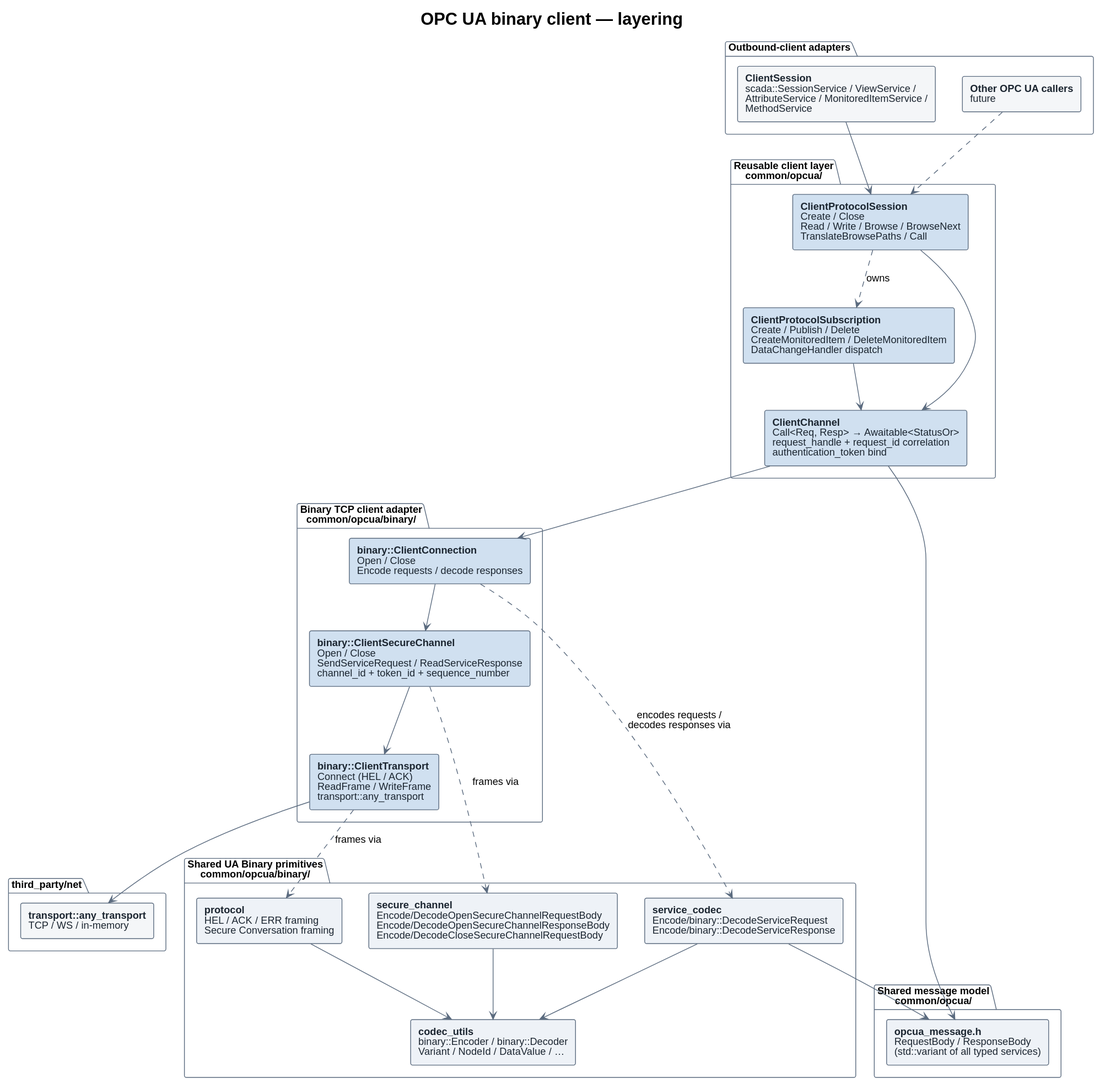
The PlantUML diagram docs/diagrams/opcua_binary_client_architecture.svg in alexsmn/scada-common, before a commit. Its diagram source:
```plantuml
@startuml
!include _style.puml

title OPC UA binary client — layering

package "Outbound-client adapters" as Consumers {
  rectangle "**ClientSession**\nscada::SessionService / ViewService /\nAttributeService / MonitoredItemService /\nMethodService" as QT $external
  rectangle "**Other OPC UA callers**\nfuture" as OTHER $external
}

package "Reusable client layer\ncommon/opcua/" as Client {
  rectangle "**ClientProtocolSession**\nCreate / Close\nRead / Write / Browse / BrowseNext\nTranslateBrowsePaths / Call" as SESS $tier
  rectangle "**ClientProtocolSubscription**\nCreate / Publish / Delete\nCreateMonitoredItem / DeleteMonitoredItem\nDataChangeHandler dispatch" as SUB $tier
  rectangle "**ClientChannel**\nCall<Req, Resp> → Awaitable<StatusOr>\nrequest_handle + request_id correlation\nauthentication_token bind" as CHAN $tier
}

package "Binary TCP client adapter\ncommon/opcua/binary/" as BinaryClient {
  rectangle "**binary::ClientConnection**\nOpen / Close\nEncode requests / decode responses" as CONN $tier
  rectangle "**binary::ClientSecureChannel**\nOpen / Close\nSendServiceRequest / ReadServiceResponse\nchannel_id + token_id + sequence_number" as SC $tier
  rectangle "**binary::ClientTransport**\nConnect (HEL / ACK)\nReadFrame / WriteFrame\ntransport::any_transport" as TRANS $tier
}

package "Shared UA Binary primitives\ncommon/opcua/binary/" as Shared {
  rectangle "**service_codec**\nEncode/binary::DecodeServiceRequest\nEncode/binary::DecodeServiceResponse" as SVC $neutral
  rectangle "**secure_channel**\nEncode/DecodeOpenSecureChannelRequestBody\nEncode/DecodeOpenSecureChannelResponseBody\nEncode/DecodeCloseSecureChannelRequestBody" as SECCODEC $neutral
  rectangle "**protocol**\nHEL / ACK / ERR framing\nSecure Conversation framing" as PROTO $neutral
  rectangle "**codec_utils**\nbinary::Encoder / binary::Decoder\nVariant / NodeId / DataValue / …" as UTILS $neutral
}

package "Shared message model\ncommon/opcua/" as Model {
  rectangle "**opcua_message.h**\nRequestBody / ResponseBody\n(std::variant of all typed services)" as MSG $neutral
}

package "third_party/net" as Net {
  rectangle "**transport::any_transport**\nTCP / WS / in-memory" as ANY $external
}

QT --> SESS
OTHER ..> SESS
SESS --> CHAN
SESS ..> SUB : owns
SUB --> CHAN
CHAN --> CONN
CONN --> SC
SC --> TRANS
TRANS --> ANY

CONN ..> SVC : encodes requests /\ndecodes responses via
SC ..> SECCODEC : frames via
TRANS ..> PROTO : frames via
SVC --> UTILS
SECCODEC --> UTILS
PROTO --> UTILS
SVC --> MSG
CHAN --> MSG
@enduml
```
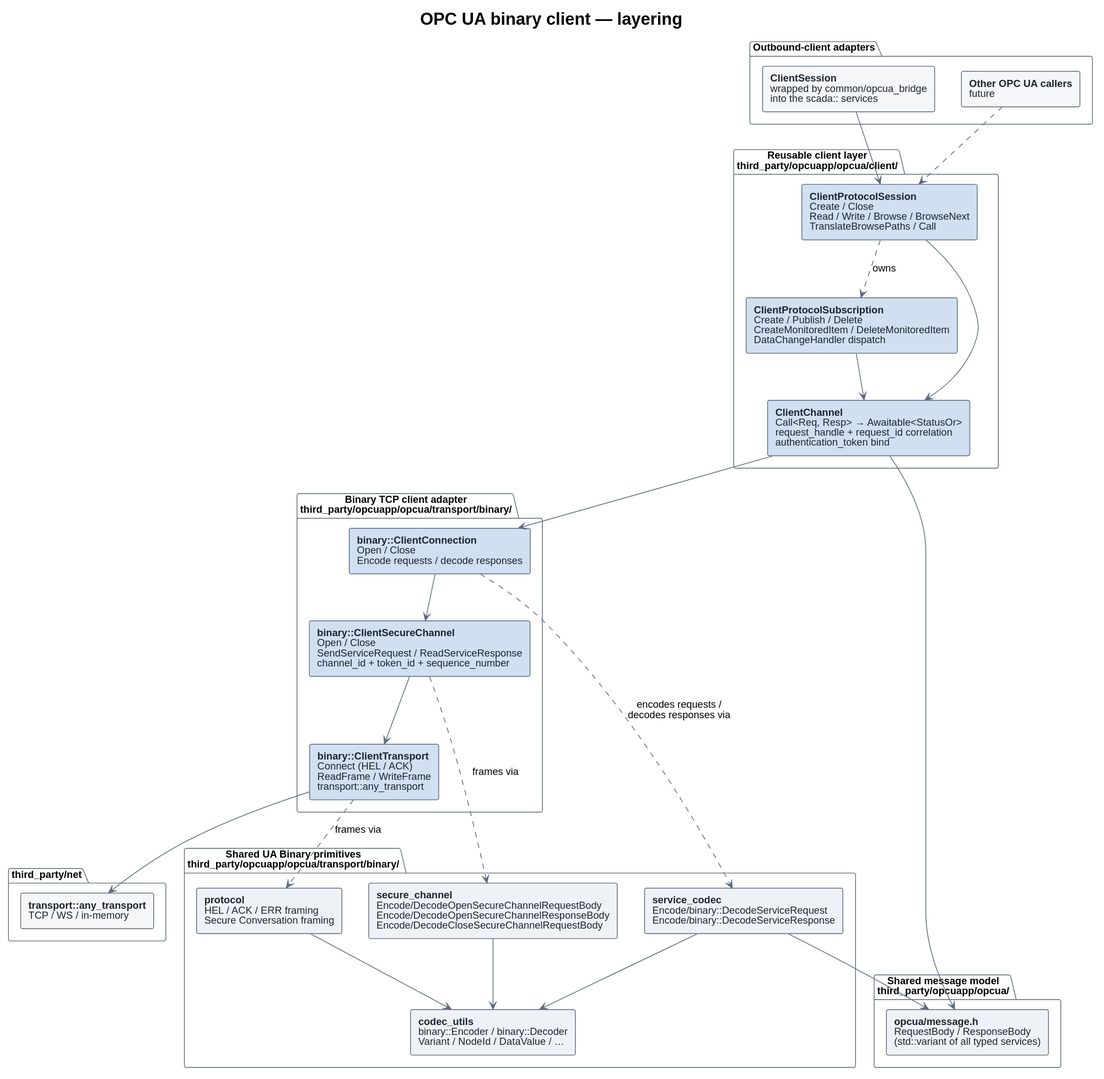
After the commit.

Commit message:
docs(opcua): point the OPC UA design doc at where the code actually lives

Diff of the diagram source:
```diff
@@ -4,31 +4,31 @@
 title OPC UA binary client — layering
 
 package "Outbound-client adapters" as Consumers {
-  rectangle "**ClientSession**\nscada::SessionService / ViewService /\nAttributeService / MonitoredItemService /\nMethodService" as QT $external
+  rectangle "**ClientSession**\nwrapped by common/opcua_bridge\ninto the scada:: services" as QT $external
   rectangle "**Other OPC UA callers**\nfuture" as OTHER $external
 }
 
-package "Reusable client layer\ncommon/opcua/" as Client {
+package "Reusable client layer\nthird_party/opcuapp/opcua/client/" as Client {
   rectangle "**ClientProtocolSession**\nCreate / Close\nRead / Write / Browse / BrowseNext\nTranslateBrowsePaths / Call" as SESS $tier
   rectangle "**ClientProtocolSubscription**\nCreate / Publish / Delete\nCreateMonitoredItem / DeleteMonitoredItem\nDataChangeHandler dispatch" as SUB $tier
   rectangle "**ClientChannel**\nCall<Req, Resp> → Awaitable<StatusOr>\nrequest_handle + request_id correlation\nauthentication_token bind" as CHAN $tier
 }
 
-package "Binary TCP client adapter\ncommon/opcua/binary/" as BinaryClient {
+package "Binary TCP client adapter\nthird_party/opcuapp/opcua/transport/binary/" as BinaryClient {
   rectangle "**binary::ClientConnection**\nOpen / Close\nEncode requests / decode responses" as CONN $tier
   rectangle "**binary::ClientSecureChannel**\nOpen / Close\nSendServiceRequest / ReadServiceResponse\nchannel_id + token_id + sequence_number" as SC $tier
   rectangle "**binary::ClientTransport**\nConnect (HEL / ACK)\nReadFrame / WriteFrame\ntransport::any_transport" as TRANS $tier
 }
 
-package "Shared UA Binary primitives\ncommon/opcua/binary/" as Shared {
+package "Shared UA Binary primitives\nthird_party/opcuapp/opcua/transport/binary/" as Shared {
   rectangle "**service_codec**\nEncode/binary::DecodeServiceRequest\nEncode/binary::DecodeServiceResponse" as SVC $neutral
   rectangle "**secure_channel**\nEncode/DecodeOpenSecureChannelRequestBody\nEncode/DecodeOpenSecureChannelResponseBody\nEncode/DecodeCloseSecureChannelRequestBody" as SECCODEC $neutral
   rectangle "**protocol**\nHEL / ACK / ERR framing\nSecure Conversation framing" as PROTO $neutral
   rectangle "**codec_utils**\nbinary::Encoder / binary::Decoder\nVariant / NodeId / DataValue / …" as UTILS $neutral
 }
 
-package "Shared message model\ncommon/opcua/" as Model {
-  rectangle "**opcua_message.h**\nRequestBody / ResponseBody\n(std::variant of all typed services)" as MSG $neutral
+package "Shared message model\nthird_party/opcuapp/opcua/" as Model {
+  rectangle "**opcua/message.h**\nRequestBody / ResponseBody\n(std::variant of all typed services)" as MSG $neutral
 }
 
 package "third_party/net" as Net {
```
